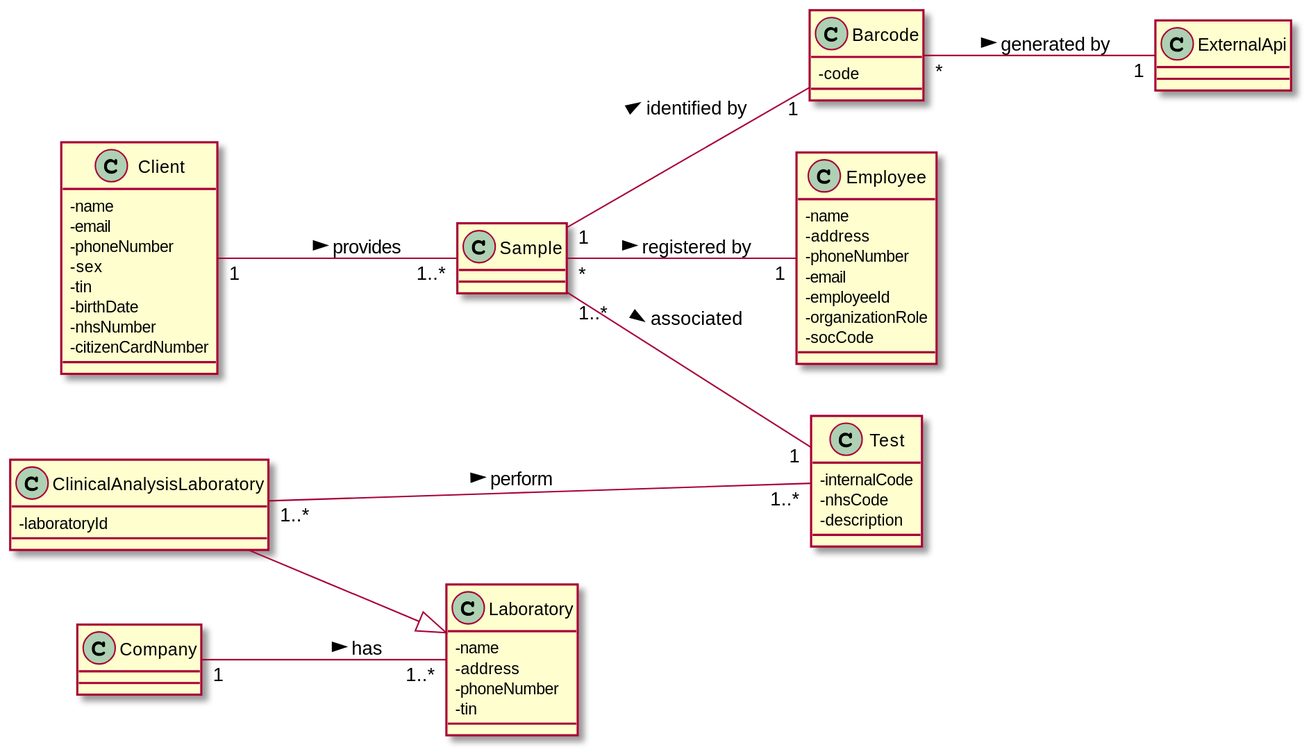
This is docs/SprintD/SprintC/US05/US05_DM.svg from manu-07-ela/LAPR2_ISEP, a PlantUML export, as it was before one commit.
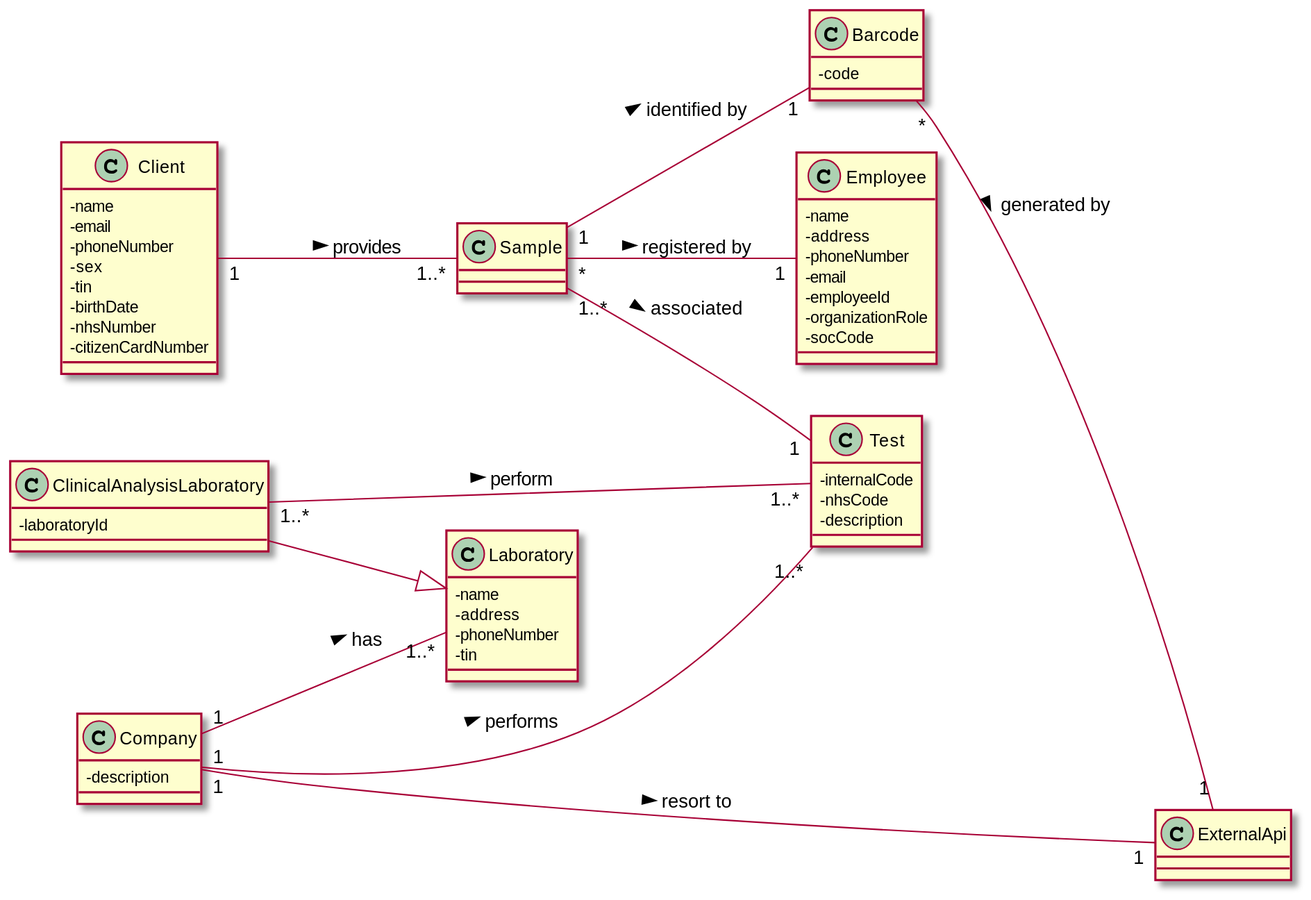
The same diagram one commit later.

Change to the diagram source:
```diff
@@ -44,7 +44,9 @@
 class ClinicalAnalysisLaboratory{
 -laboratoryId
 }
-
+class Company{
+-description
+}
 
 
 ClinicalAnalysisLaboratory --|> Laboratory
@@ -55,5 +57,7 @@
 Sample "*"--"1" Employee : registered by >
 Client "1"--"1..*" Sample : provides >
 Barcode "*"--"1" ExternalApi : generated by >
+Company "1"---"1" ExternalApi : resort to >
+Company "1"---"1..*" Test : performs >
 
 @enduml
```
